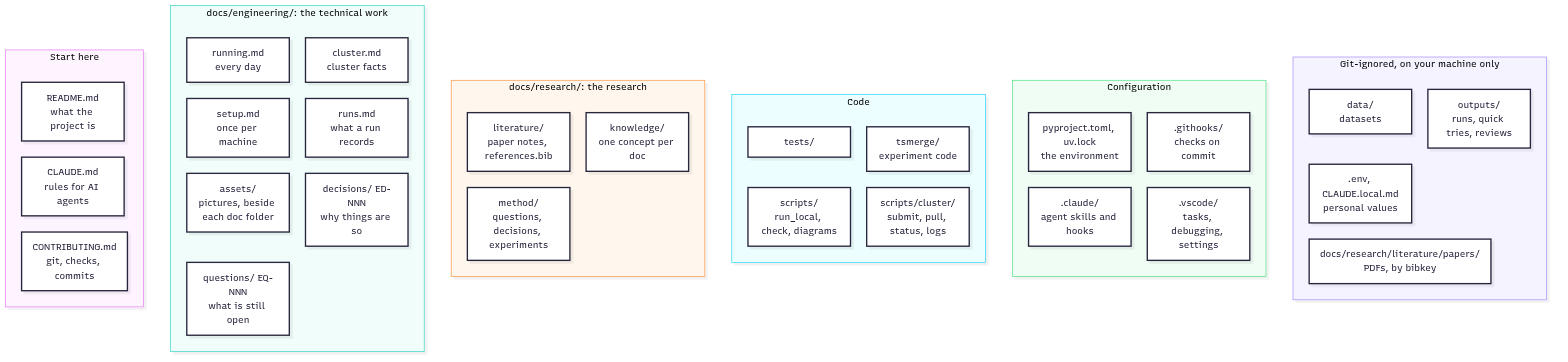
This is docs/assets/repository-map.png from daliran/tsmerge, a Mermaid export, as it was before one commit. Its source is kept beside it as docs/assets/repository-map.mmd.
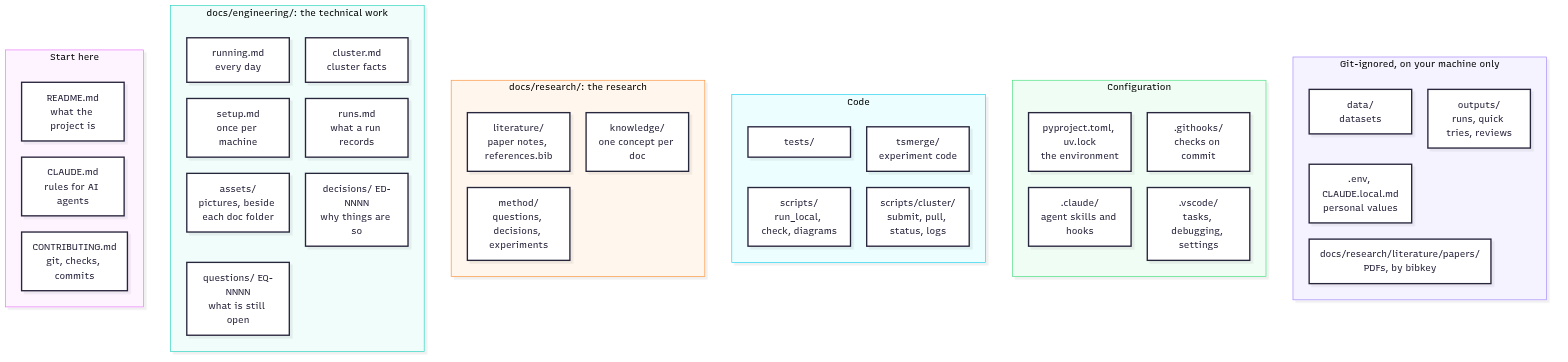
Later version of the same file.

What changed in the source:
```diff
@@ -12,8 +12,8 @@
     running["running.md<br/>every day"]
     cluster["cluster.md<br/>cluster facts"]
     runsdoc["runs.md<br/>what a run records"]
-    decisions["decisions/ ED-NNN<br/>why things are so"]
-    questions["questions/ EQ-NNN<br/>what is still open"]
+    decisions["decisions/ ED-NNNN<br/>why things are so"]
+    questions["questions/ EQ-NNNN<br/>what is still open"]
     diagrams["assets/<br/>pictures, beside each doc folder"]
   end
 
```
